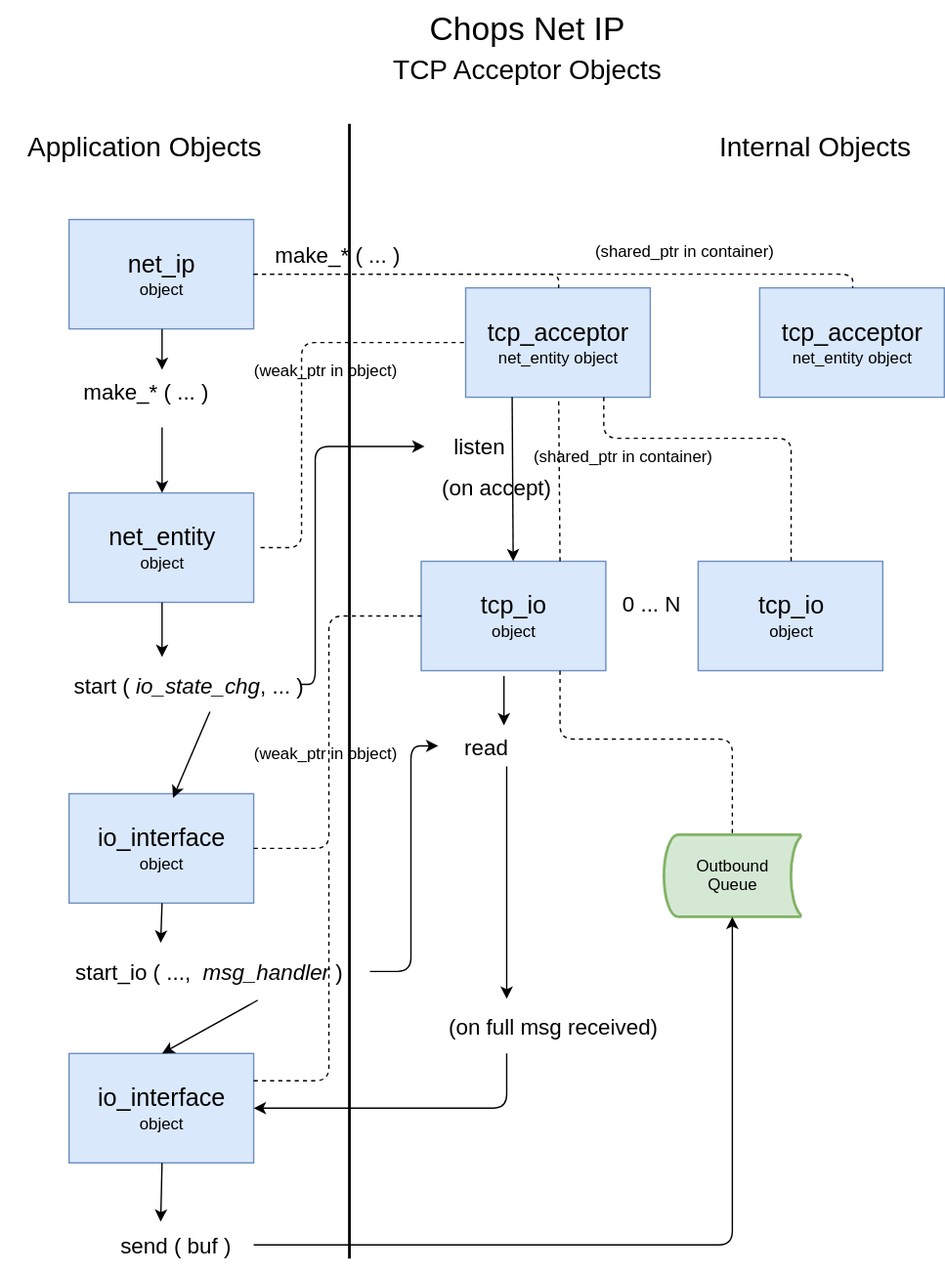
This is doc/net_ip/tcp_acceptor_internal_diagram.svg from connectivecpp/chops-net-ip, a draw.io export, as it was before one commit. Source tidied: cells renumbered, new cells last; positions are measured from the earlier drawing's top-left corner, leaving out a move shared by most shapes.
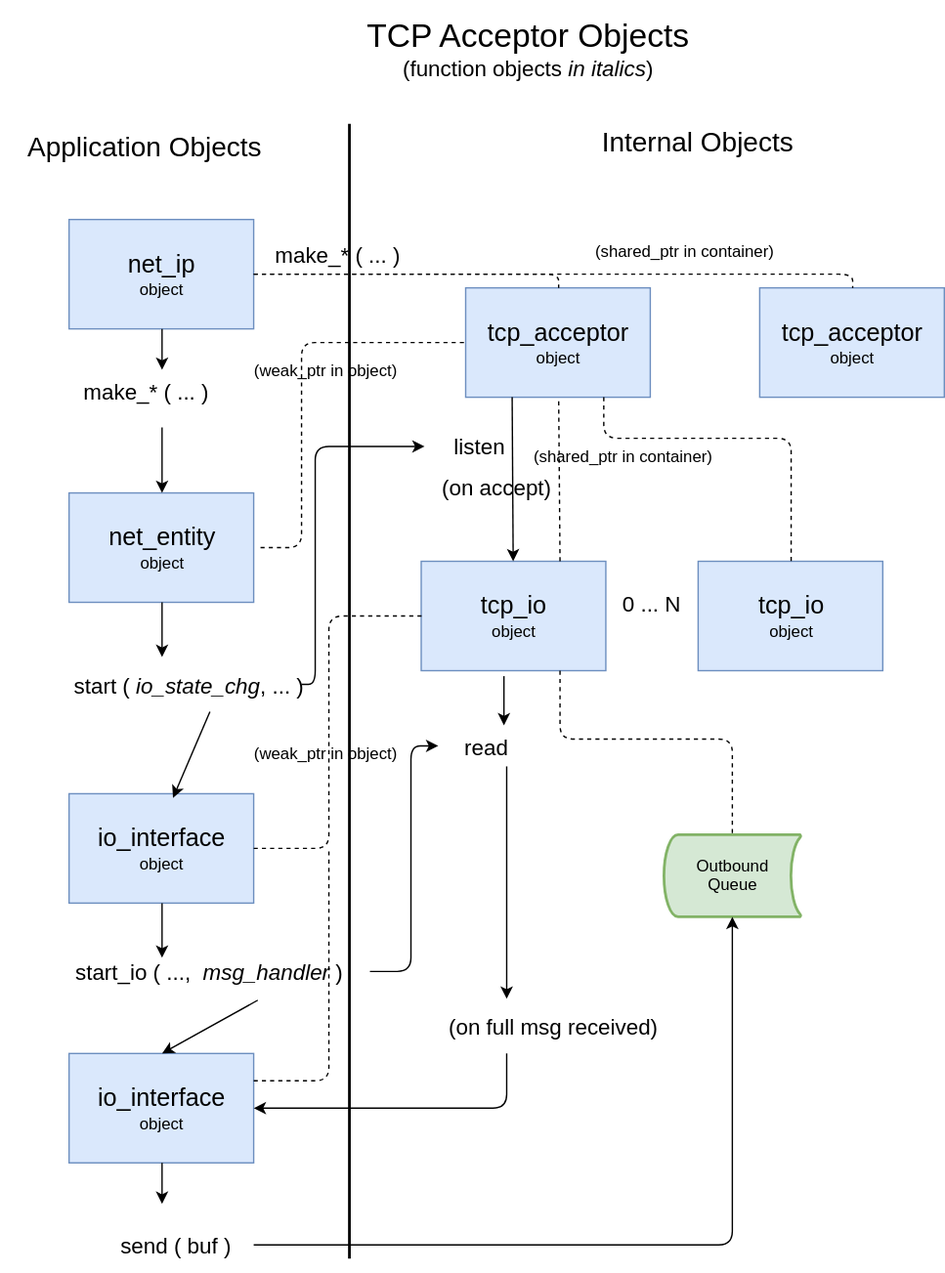
The same diagram one commit later.

What changed in the source:
```diff
@@ -1,21 +1,21 @@
-<mxGraphModel background="#ffffff">
+<mxGraphModel>
   <root>
     <mxCell id="0" />
     <mxCell id="1" parent="0" />
-    <mxCell id="2" value="&lt;font style=&quot;font-size: 24px&quot;&gt;Chops Net IP&lt;br&gt;&lt;font style=&quot;font-size: 20px&quot;&gt;TCP Acceptor Objects&lt;/font&gt;&lt;br&gt;&lt;/font&gt;" style="text;html=1;strokeColor=none;fillColor=none;align=center;verticalAlign=middle;whiteSpace=wrap;rounded=0;" parent="1" vertex="1">
+    <mxCell id="2" value="&lt;font style=&quot;font-size: 16px&quot;&gt;&lt;font style=&quot;font-size: 16px&quot;&gt;&lt;font style=&quot;font-size: 24px&quot;&gt;TCP Acceptor Objects&lt;/font&gt;&lt;br&gt;&lt;font style=&quot;font-size: 16px&quot;&gt;(function objects&lt;/font&gt; &lt;i&gt;in italics&lt;/i&gt;)&lt;br&gt;&lt;/font&gt;&lt;/font&gt;" style="text;html=1;strokeColor=none;fillColor=none;align=center;verticalAlign=middle;whiteSpace=wrap;rounded=0;" parent="1" vertex="1">
       <mxGeometry x="185" width="400" height="70" as="geometry" />
     </mxCell>
     <mxCell id="3" value="&lt;font style=&quot;font-size: 18px&quot;&gt;net_ip&lt;/font&gt;&lt;br&gt;object" style="rounded=0;whiteSpace=wrap;html=1;fillColor=#dae8fc;strokeColor=#6c8ebf;" parent="1" vertex="1">
       <mxGeometry x="50" y="160" width="135" height="80" as="geometry" />
     </mxCell>
-    <mxCell id="4" value="&lt;font style=&quot;font-size: 18px&quot;&gt;tcp_acceptor&lt;/font&gt;&lt;br&gt;net_entity object" style="rounded=0;whiteSpace=wrap;html=1;fillColor=#dae8fc;strokeColor=#6c8ebf;" parent="1" vertex="1">
+    <mxCell id="4" value="&lt;font style=&quot;font-size: 18px&quot;&gt;tcp_acceptor&lt;/font&gt;&lt;br&gt;object" style="rounded=0;whiteSpace=wrap;html=1;fillColor=#dae8fc;strokeColor=#6c8ebf;" parent="1" vertex="1">
       <mxGeometry x="340" y="210" width="135" height="80" as="geometry" />
     </mxCell>
     <mxCell id="5" value="&lt;font style=&quot;font-size: 24px&quot;&gt;&lt;font style=&quot;font-size: 20px&quot;&gt;Application Objects&lt;/font&gt;&lt;br&gt;&lt;/font&gt;" style="text;html=1;strokeColor=none;fillColor=none;align=center;verticalAlign=middle;whiteSpace=wrap;rounded=0;" parent="1" vertex="1">
       <mxGeometry y="70" width="210" height="70" as="geometry" />
     </mxCell>
     <mxCell id="6" value="&lt;font style=&quot;font-size: 24px&quot;&gt;&lt;font style=&quot;font-size: 20px&quot;&gt;Internal Objects&lt;/font&gt;&lt;br&gt;&lt;/font&gt;" style="text;html=1;strokeColor=none;fillColor=none;align=center;verticalAlign=middle;whiteSpace=wrap;rounded=0;" parent="1" vertex="1">
-      <mxGeometry x="500" y="65" width="190" height="80" as="geometry" />
+      <mxGeometry x="404" y="70" width="210" height="65" as="geometry" />
     </mxCell>
     <mxCell id="7" value="&lt;font style=&quot;font-size: 16px&quot;&gt;make_* ( ... )&lt;/font&gt;" style="text;html=1;strokeColor=none;fillColor=none;align=center;verticalAlign=middle;whiteSpace=wrap;rounded=0;" parent="1" vertex="1">
       <mxGeometry x="35" y="260" width="140" height="50" as="geometry" />
@@ -47,7 +47,7 @@
     <mxCell id="16" value="&lt;font style=&quot;font-size: 16px&quot;&gt;(on accept)&lt;/font&gt;" style="text;html=1;strokeColor=none;fillColor=none;align=center;verticalAlign=middle;whiteSpace=wrap;rounded=0;" parent="1" vertex="1">
       <mxGeometry x="317.5" y="340" width="90" height="30" as="geometry" />
     </mxCell>
-    <mxCell id="17" value="&lt;font style=&quot;font-size: 18px&quot;&gt;tcp_acceptor&lt;/font&gt;&lt;br&gt;net_entity object" style="rounded=0;whiteSpace=wrap;html=1;fillColor=#dae8fc;strokeColor=#6c8ebf;" parent="1" vertex="1">
+    <mxCell id="17" value="&lt;font style=&quot;font-size: 18px&quot;&gt;tcp_acceptor&lt;/font&gt;&lt;br&gt;object" style="rounded=0;whiteSpace=wrap;html=1;fillColor=#dae8fc;strokeColor=#6c8ebf;" parent="1" vertex="1">
       <mxGeometry x="555" y="210" width="135" height="80" as="geometry" />
     </mxCell>
     <mxCell id="18" style="line;strokeWidth=2;direction=south;html=1;" parent="1" vertex="1">
@@ -154,11 +154,6 @@
         </Array>
       </mxGeometry>
     </mxCell>
-    <mxCell id="38" style="endArrow=classic;html=1;exitX=0.5;exitY=1;" parent="1" edge="1" source="12">
-      <mxGeometry relative="1" as="geometry">
-        <mxPoint x="117" y="689" as="targetPoint" />
-      </mxGeometry>
-    </mxCell>
     <mxCell id="39" style="endArrow=classic;html=1;exitX=0.25;exitY=1;" parent="1" edge="1" source="4" target="13">
       <mxGeometry relative="1" as="geometry" />
     </mxCell>
@@ -221,8 +216,15 @@
         </Array>
       </mxGeometry>
     </mxCell>
-    <mxCell id="51" style="endArrow=classic;html=1;exitX=0.5;exitY=1;entryX=0.409;entryY=0.075;entryPerimeter=0;" parent="1" edge="1" source="41" target="47">
-      <mxGeometry relative="1" as="geometry" />
-    </mxCell>
+    <mxCell id="52" style="endArrow=classic;html=1;exitX=0.5;exitY=1;" parent="1" edge="1" source="12">
+      <mxGeometry relative="1" as="geometry">
+        <mxPoint x="118" y="700" as="targetPoint" />
+      </mxGeometry>
+    </mxCell>
+    <mxCell id="53" style="endArrow=classic;html=1;exitX=0.5;exitY=1;" parent="1" edge="1" source="41">
+      <mxGeometry relative="1" as="geometry">
+        <mxPoint x="118" y="880" as="targetPoint" />
+      </mxGeometry>
+    </mxCell>
   </root>
 </mxGraphModel>
```
